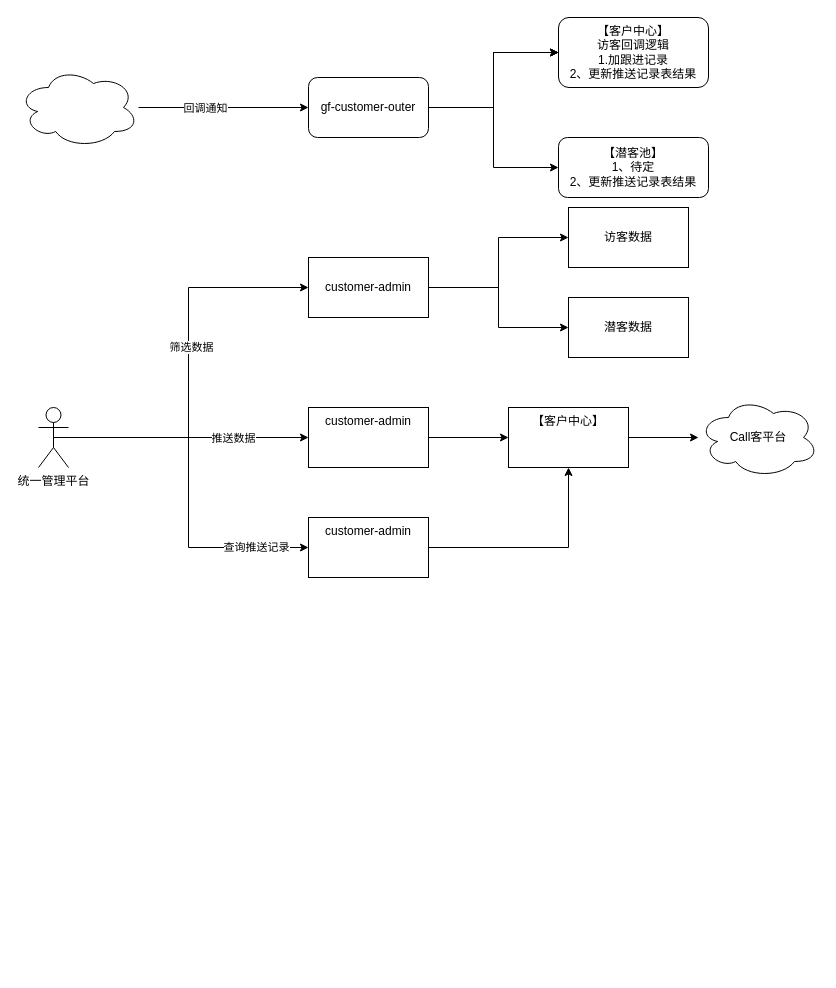
This is page "AI Call 客" (5 of 5) of 客户中心.drawio from juesuchen/diagrams, a draw.io file, before an edit. Source tidied: cells renumbered, new cells numbered last; positions are measured from the earlier drawing's top-left corner, leaving out a move shared by most shapes. Both pictures are drawn from the tidied source at 100%, with x=0, y=0 at pixel (18, 17).
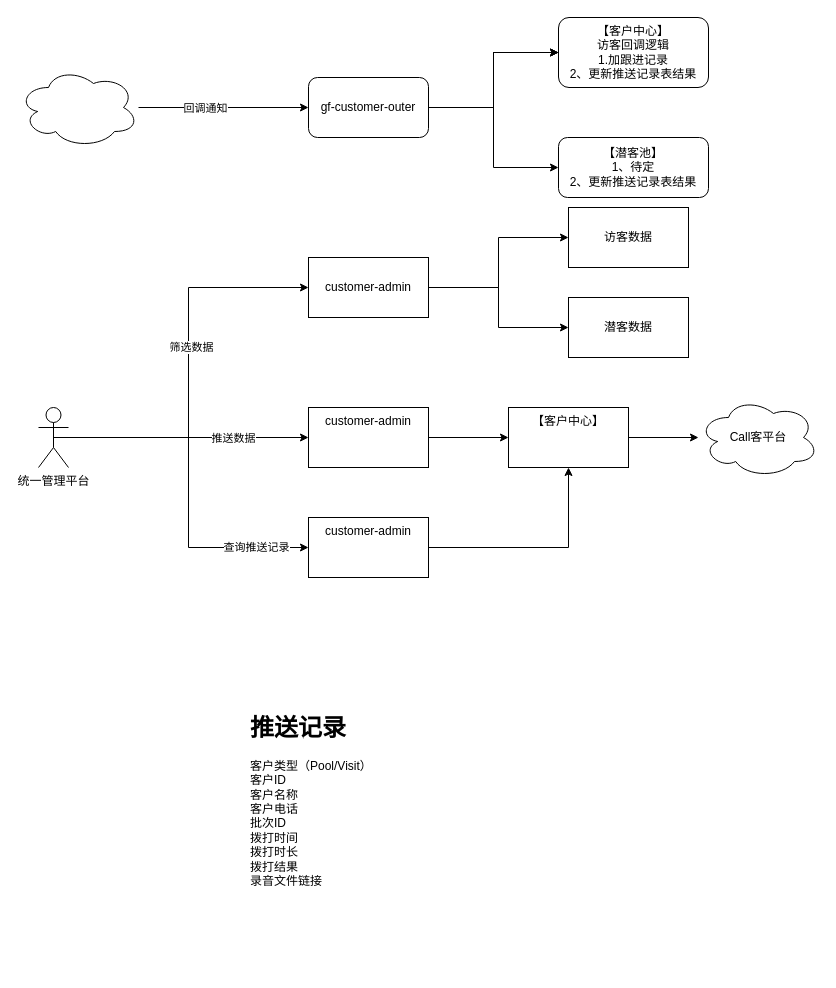
After the change.

Commit message:
更新客户中心.drawio

What changed in the source:
```diff
@@
+    <mxCell id="31" value="&lt;h1 style=&quot;margin-top: 0px;&quot;&gt;推送记录&lt;/h1&gt;&lt;div&gt;客户类型（Pool/Visit）&lt;/div&gt;&lt;div&gt;客户ID&lt;/div&gt;&lt;div&gt;客户名称&lt;/div&gt;&lt;div&gt;客户电话&lt;/div&gt;&lt;div&gt;批次ID&lt;/div&gt;&lt;div&gt;拨打时间&lt;/div&gt;&lt;div&gt;拨打时长&lt;/div&gt;&lt;div&gt;拨打结果&lt;/div&gt;&lt;div&gt;录音文件链接&lt;/div&gt;" style="text;html=1;whiteSpace=wrap;overflow=hidden;rounded=0;" parent="1" vertex="1">
+      <mxGeometry x="230" y="690" width="210" height="260" as="geometry" />
+    </mxCell>
```
